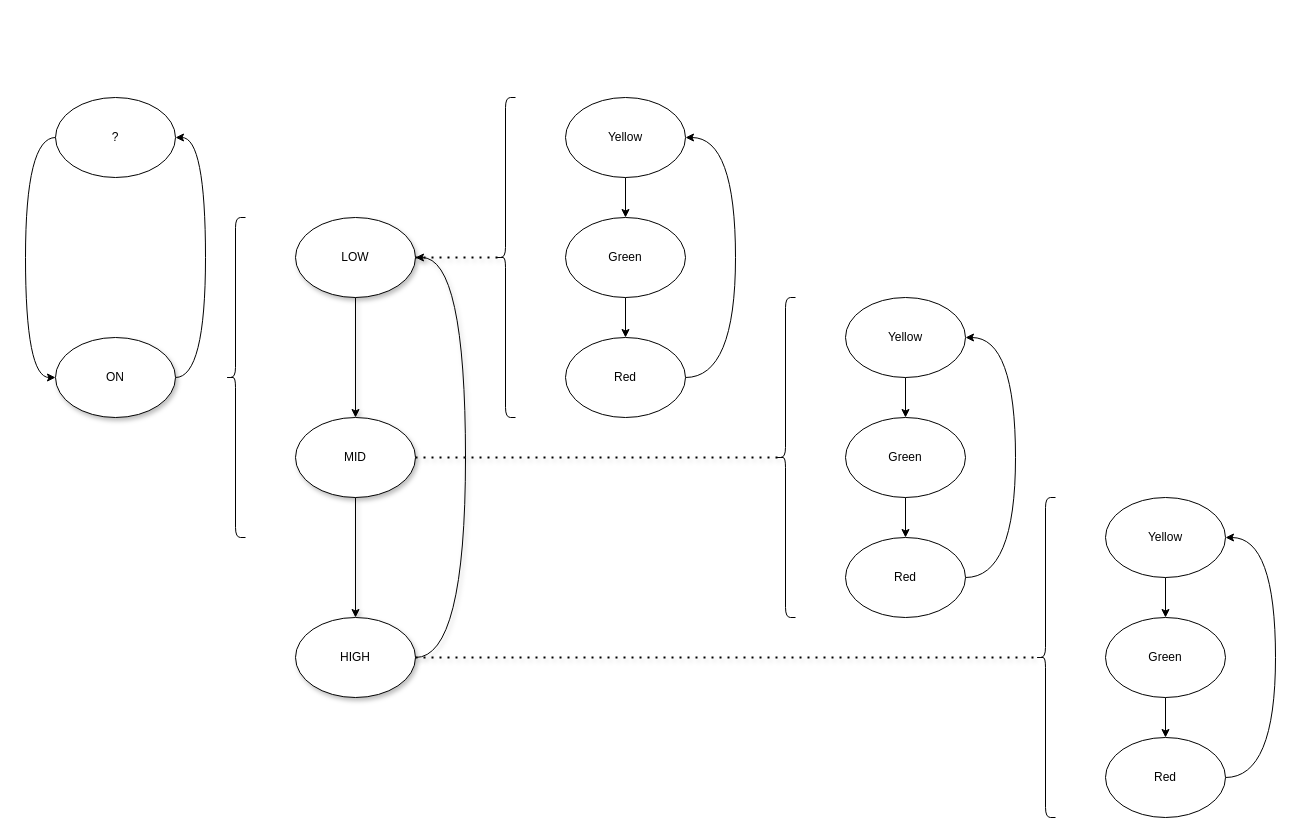
Above: page "Lamp" (4 of 7) of hsm.drawio in guitarvydas/hsm (draw.io), before the change. Source tidied: cells renumbered, new cells numbered last; positions are measured from the earlier drawing's top-left corner, leaving out a move shared by most shapes. Both pictures are drawn from the tidied source at 100%, with x=0, y=0 at pixel (25, 97).
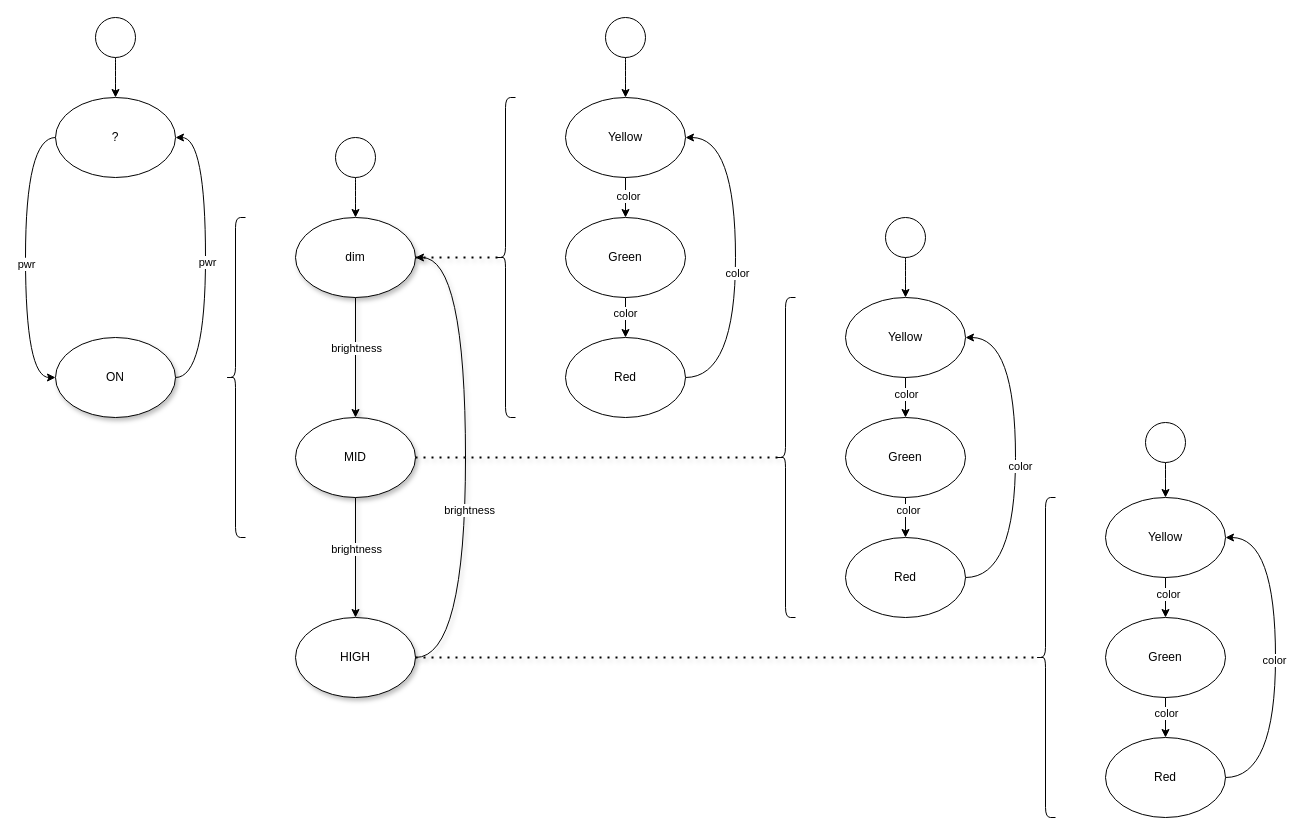
After the change.

Unchanged cells that the change refers to:
```xml
<mxCell id="2" style="edgeStyle=orthogonalEdgeStyle;curved=1;jettySize=auto;html=1;exitX=0;exitY=0.5;exitDx=0;exitDy=0;entryX=0;entryY=0.5;entryDx=0;entryDy=0;" parent="1" edge="1" source="3" target="5">
  <mxGeometry relative="1" as="geometry">
    <Array as="points">
      <mxPoint y="40" />
      <mxPoint y="280" />
    </Array>
  </mxGeometry>
</mxCell>
<mxCell id="3" value="?" style="ellipse;whiteSpace=wrap;html=1;shadow=0;" parent="1" vertex="1">
  <mxGeometry x="30" width="120" height="80" as="geometry" />
</mxCell>
<mxCell id="4" style="edgeStyle=orthogonalEdgeStyle;curved=1;jettySize=auto;html=1;exitX=1;exitY=0.5;exitDx=0;exitDy=0;entryX=1;entryY=0.5;entryDx=0;entryDy=0;" parent="1" edge="1" source="5" target="3">
  <mxGeometry relative="1" as="geometry">
    <Array as="points">
      <mxPoint x="180" y="280" />
      <mxPoint x="180" y="40" />
    </Array>
  </mxGeometry>
</mxCell>
<mxCell id="6" style="edgeStyle=orthogonalEdgeStyle;rounded=0;jettySize=auto;html=1;exitX=0.5;exitY=1;exitDx=0;exitDy=0;entryX=0.5;entryY=0;entryDx=0;entryDy=0;shadow=1;" parent="1" edge="1" source="7" target="9">
  <mxGeometry relative="1" as="geometry" />
</mxCell>
<mxCell id="8" style="edgeStyle=orthogonalEdgeStyle;rounded=0;jettySize=auto;html=1;exitX=0.5;exitY=1;exitDx=0;exitDy=0;shadow=1;" parent="1" edge="1" source="9" target="11">
  <mxGeometry relative="1" as="geometry" />
</mxCell>
<mxCell id="10" style="edgeStyle=orthogonalEdgeStyle;curved=1;jettySize=auto;html=1;exitX=1;exitY=0.5;exitDx=0;exitDy=0;entryX=1;entryY=0.5;entryDx=0;entryDy=0;shadow=1;" parent="1" edge="1" source="11" target="7">
  <mxGeometry relative="1" as="geometry">
    <Array as="points">
      <mxPoint x="440" y="560" />
      <mxPoint x="440" y="160" />
    </Array>
  </mxGeometry>
</mxCell>
<mxCell id="13" style="edgeStyle=orthogonalEdgeStyle;rounded=0;jettySize=auto;html=1;exitX=0.5;exitY=1;exitDx=0;exitDy=0;entryX=0.5;entryY=0;entryDx=0;entryDy=0;" parent="1" edge="1" source="14" target="16">
  <mxGeometry relative="1" as="geometry" />
</mxCell>
<mxCell id="14" value="Yellow" style="ellipse;whiteSpace=wrap;html=1;shadow=0;" parent="1" vertex="1">
  <mxGeometry x="540" width="120" height="80" as="geometry" />
</mxCell>
<mxCell id="15" style="edgeStyle=orthogonalEdgeStyle;rounded=0;jettySize=auto;html=1;exitX=0.5;exitY=1;exitDx=0;exitDy=0;" parent="1" edge="1" source="16" target="18">
  <mxGeometry relative="1" as="geometry" />
</mxCell>
<mxCell id="17" style="edgeStyle=orthogonalEdgeStyle;jettySize=auto;html=1;exitX=1;exitY=0.5;exitDx=0;exitDy=0;entryX=1;entryY=0.5;entryDx=0;entryDy=0;curved=1;" parent="1" edge="1" source="18" target="14">
  <mxGeometry relative="1" as="geometry">
    <Array as="points">
      <mxPoint x="710" y="280" />
      <mxPoint x="710" y="40" />
    </Array>
  </mxGeometry>
</mxCell>
<mxCell id="20" style="edgeStyle=orthogonalEdgeStyle;rounded=0;jettySize=auto;html=1;exitX=0.5;exitY=1;exitDx=0;exitDy=0;entryX=0.5;entryY=0;entryDx=0;entryDy=0;" parent="1" edge="1" source="21" target="23">
  <mxGeometry relative="1" as="geometry" />
</mxCell>
<mxCell id="21" value="Yellow" style="ellipse;whiteSpace=wrap;html=1;shadow=0;" parent="1" vertex="1">
  <mxGeometry x="820" y="200" width="120" height="80" as="geometry" />
</mxCell>
<mxCell id="22" style="edgeStyle=orthogonalEdgeStyle;rounded=0;jettySize=auto;html=1;exitX=0.5;exitY=1;exitDx=0;exitDy=0;" parent="1" edge="1" source="23" target="25">
  <mxGeometry relative="1" as="geometry" />
</mxCell>
<mxCell id="24" style="edgeStyle=orthogonalEdgeStyle;jettySize=auto;html=1;exitX=1;exitY=0.5;exitDx=0;exitDy=0;entryX=1;entryY=0.5;entryDx=0;entryDy=0;curved=1;" parent="1" edge="1" source="25" target="21">
  <mxGeometry relative="1" as="geometry">
    <Array as="points">
      <mxPoint x="990" y="480" />
      <mxPoint x="990" y="240" />
    </Array>
  </mxGeometry>
</mxCell>
<mxCell id="27" style="edgeStyle=orthogonalEdgeStyle;rounded=0;jettySize=auto;html=1;exitX=0.5;exitY=1;exitDx=0;exitDy=0;entryX=0.5;entryY=0;entryDx=0;entryDy=0;" parent="1" edge="1" source="28" target="30">
  <mxGeometry relative="1" as="geometry" />
</mxCell>
<mxCell id="28" value="Yellow" style="ellipse;whiteSpace=wrap;html=1;shadow=0;" parent="1" vertex="1">
  <mxGeometry x="1080" y="400" width="120" height="80" as="geometry" />
</mxCell>
<mxCell id="29" style="edgeStyle=orthogonalEdgeStyle;rounded=0;jettySize=auto;html=1;exitX=0.5;exitY=1;exitDx=0;exitDy=0;" parent="1" edge="1" source="30" target="32">
  <mxGeometry relative="1" as="geometry" />
</mxCell>
<mxCell id="31" style="edgeStyle=orthogonalEdgeStyle;jettySize=auto;html=1;exitX=1;exitY=0.5;exitDx=0;exitDy=0;entryX=1;entryY=0.5;entryDx=0;entryDy=0;curved=1;" parent="1" edge="1" source="32" target="28">
  <mxGeometry relative="1" as="geometry">
    <Array as="points">
      <mxPoint x="1250" y="680" />
      <mxPoint x="1250" y="440" />
    </Array>
  </mxGeometry>
</mxCell>
```

Change to the diagram source:
```diff
@@
+    <mxCell id="37" value="pwr" style="edgeLabel;html=1;align=center;verticalAlign=middle;" parent="2" vertex="1">
+      <mxGeometry x="0.04" relative="1" as="geometry" />
+    </mxCell>
@@
+    <mxCell id="38" value="pwr" style="edgeLabel;html=1;align=center;verticalAlign=middle;" parent="4" vertex="1">
+      <mxGeometry x="-0.03" y="-1" relative="1" as="geometry" />
+    </mxCell>
@@
+    <mxCell id="39" value="brightness" style="edgeLabel;html=1;align=center;verticalAlign=middle;" parent="6" vertex="1">
+      <mxGeometry x="-0.17" relative="1" as="geometry" />
+    </mxCell>
-    <mxCell id="7" value="LOW" style="ellipse;whiteSpace=wrap;html=1;shadow=1;" parent="1" vertex="1">
+    <mxCell id="7" value="dim" style="ellipse;whiteSpace=wrap;html=1;shadow=1;" parent="1" vertex="1">
       <mxGeometry x="270" y="120" width="120" height="80" as="geometry" />
     </mxCell>
@@
+    <mxCell id="40" value="brightness" style="edgeLabel;html=1;align=center;verticalAlign=middle;" parent="8" vertex="1">
+      <mxGeometry x="-0.15" relative="1" as="geometry" />
+    </mxCell>
@@
+    <mxCell id="41" value="brightness" style="edgeLabel;html=1;align=center;verticalAlign=middle;" parent="10" vertex="1">
+      <mxGeometry x="-0.21" y="-3" relative="1" as="geometry" />
+    </mxCell>
@@
+    <mxCell id="42" value="color" style="edgeLabel;html=1;align=center;verticalAlign=middle;" parent="13" vertex="1">
+      <mxGeometry x="-0.1" y="2" relative="1" as="geometry" />
+    </mxCell>
@@
+    <mxCell id="43" value="color" style="edgeLabel;html=1;align=center;verticalAlign=middle;" parent="15" vertex="1">
+      <mxGeometry x="-0.25" y="-1" relative="1" as="geometry" />
+    </mxCell>
@@
+    <mxCell id="44" value="color" style="edgeLabel;html=1;align=center;verticalAlign=middle;" parent="17" vertex="1">
+      <mxGeometry x="-0.09" y="-1" relative="1" as="geometry" />
+    </mxCell>
@@
+    <mxCell id="45" value="color" style="edgeLabel;html=1;align=center;verticalAlign=middle;" parent="20" vertex="1">
+      <mxGeometry x="-0.2" relative="1" as="geometry" />
+    </mxCell>
@@
+    <mxCell id="46" value="color" style="edgeLabel;html=1;align=center;verticalAlign=middle;" parent="22" vertex="1">
+      <mxGeometry x="-0.4" y="2" relative="1" as="geometry" />
+    </mxCell>
@@
+    <mxCell id="47" value="color" style="edgeLabel;html=1;align=center;verticalAlign=middle;" parent="24" vertex="1">
+      <mxGeometry x="-0.05" y="-4" relative="1" as="geometry" />
+    </mxCell>
@@
+    <mxCell id="48" value="color" style="edgeLabel;html=1;align=center;verticalAlign=middle;" parent="27" vertex="1">
+      <mxGeometry x="-0.2" y="2" relative="1" as="geometry" />
+    </mxCell>
@@
+    <mxCell id="49" value="color" style="edgeLabel;html=1;align=center;verticalAlign=middle;" parent="29" vertex="1">
+      <mxGeometry x="-0.25" relative="1" as="geometry" />
+    </mxCell>
@@
+    <mxCell id="50" value="color" style="edgeLabel;html=1;align=center;verticalAlign=middle;" parent="31" vertex="1">
+      <mxGeometry x="-0.01" y="2" relative="1" as="geometry" />
+    </mxCell>
@@
+    <mxCell id="51" style="edgeStyle=orthogonalEdgeStyle;curved=1;jettySize=auto;html=1;exitX=0.5;exitY=1;exitDx=0;exitDy=0;entryX=0.5;entryY=0;entryDx=0;entryDy=0;shadow=0;" parent="1" edge="1" source="52" target="3">
+      <mxGeometry relative="1" as="geometry" />
+    </mxCell>
+    <mxCell id="52" style="ellipse;whiteSpace=wrap;html=1;shadow=0;" parent="1" vertex="1">
+      <mxGeometry x="70" y="-80" width="40" height="40" as="geometry" />
+    </mxCell>
+    <mxCell id="53" style="edgeStyle=orthogonalEdgeStyle;curved=1;jettySize=auto;html=1;exitX=0.5;exitY=1;exitDx=0;exitDy=0;shadow=0;" parent="1" edge="1" source="54" target="7">
+      <mxGeometry relative="1" as="geometry" />
+    </mxCell>
+    <mxCell id="54" style="ellipse;whiteSpace=wrap;html=1;shadow=0;" parent="1" vertex="1">
+      <mxGeometry x="310" y="40" width="40" height="40" as="geometry" />
+    </mxCell>
+    <mxCell id="55" style="edgeStyle=orthogonalEdgeStyle;curved=1;jettySize=auto;html=1;exitX=0.5;exitY=1;exitDx=0;exitDy=0;shadow=0;" parent="1" edge="1" source="56" target="14">
+      <mxGeometry relative="1" as="geometry" />
+    </mxCell>
+    <mxCell id="56" style="ellipse;whiteSpace=wrap;html=1;shadow=0;" parent="1" vertex="1">
+      <mxGeometry x="580" y="-80" width="40" height="40" as="geometry" />
+    </mxCell>
+    <mxCell id="57" style="edgeStyle=orthogonalEdgeStyle;curved=1;jettySize=auto;html=1;exitX=0.5;exitY=1;exitDx=0;exitDy=0;entryX=0.5;entryY=0;entryDx=0;entryDy=0;shadow=0;" parent="1" edge="1" source="58" target="21">
+      <mxGeometry relative="1" as="geometry" />
+    </mxCell>
+    <mxCell id="58" style="ellipse;whiteSpace=wrap;html=1;shadow=0;" parent="1" vertex="1">
+      <mxGeometry x="860" y="120" width="40" height="40" as="geometry" />
+    </mxCell>
+    <mxCell id="59" style="edgeStyle=orthogonalEdgeStyle;curved=1;jettySize=auto;html=1;exitX=0.5;exitY=1;exitDx=0;exitDy=0;entryX=0.5;entryY=0;entryDx=0;entryDy=0;shadow=0;" parent="1" edge="1" source="60" target="28">
+      <mxGeometry relative="1" as="geometry" />
+    </mxCell>
+    <mxCell id="60" style="ellipse;whiteSpace=wrap;html=1;shadow=0;" parent="1" vertex="1">
+      <mxGeometry x="1120" y="325" width="40" height="40" as="geometry" />
+    </mxCell>
```
